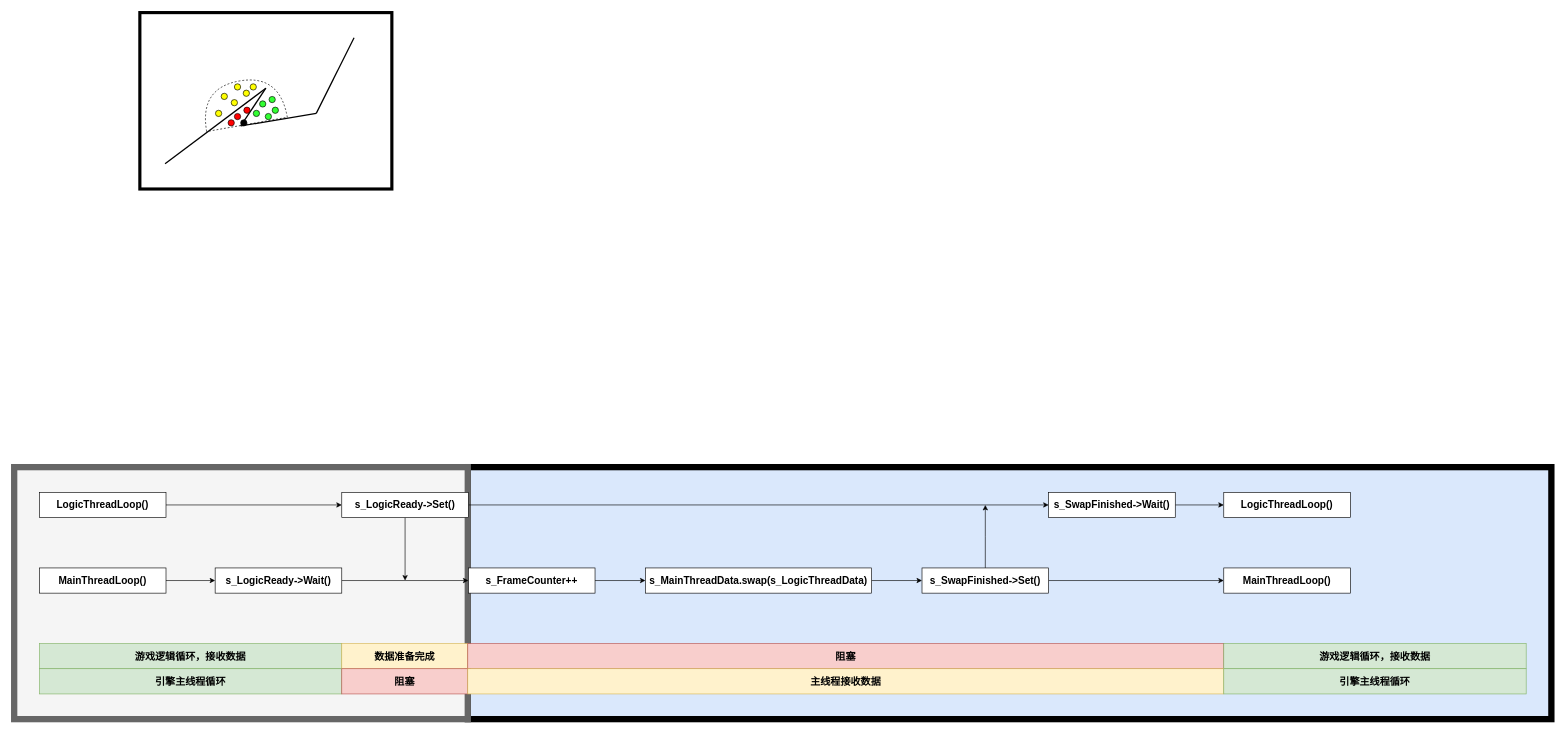
The draw.io diagram page "多线程运行时结构" (1 of 3) of draw.drawio in HL0817/TechnologySet, before the edit. Source tidied: cells renumbered, new cells numbered last; positions are measured from the earlier drawing's top-left corner, leaving out a move shared by most shapes. Both pictures are drawn from the tidied source at 63%, with x=0, y=0 at pixel (14, 12).
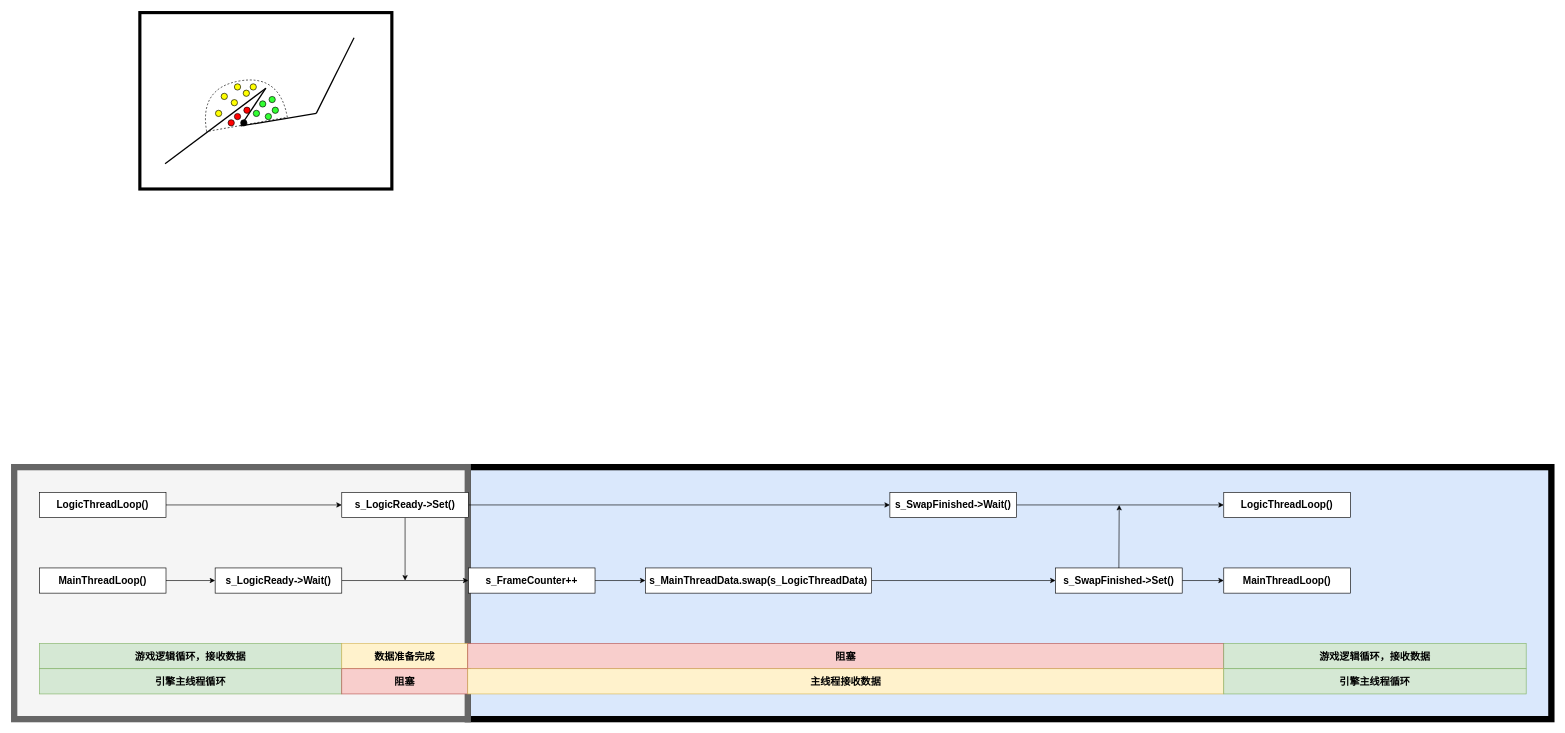
After the change.

Commit message:
修改逻辑线程和主线程同步时序图

Change to the diagram source:
```diff
@@
-    <mxCell id="31" style="edgeStyle=orthogonalEdgeStyle;rounded=0;jettySize=auto;html=1;" parent="1" edge="1" source="33">
-      <mxGeometry relative="1" as="geometry">
-        <mxPoint x="1541.5" y="782" as="targetPoint" />
-      </mxGeometry>
-    </mxCell>
@@
     <mxCell id="33" value="&lt;font style=&quot;font-size: 16px&quot;&gt;&lt;b&gt;s_SwapFinished-&amp;gt;Set()&lt;/b&gt;&lt;/font&gt;" style="rounded=0;whiteSpace=wrap;html=1;" parent="1" vertex="1">
-      <mxGeometry x="1441" y="882" width="201" height="40" as="geometry" />
+      <mxGeometry x="1653" y="882" width="201" height="40" as="geometry" />
     </mxCell>
@@
     <mxCell id="38" value="&lt;font style=&quot;font-size: 16px&quot;&gt;&lt;b&gt;s_SwapFinished-&amp;gt;Wait()&lt;/b&gt;&lt;/font&gt;" style="rounded=0;whiteSpace=wrap;html=1;" parent="1" vertex="1">
-      <mxGeometry x="1642" y="762" width="201" height="40" as="geometry" />
+      <mxGeometry x="1390" y="762" width="201" height="40" as="geometry" />
     </mxCell>
@@
+    <mxCell id="53" style="endArrow=classic;html=1;" parent="1" edge="1">
+      <mxGeometry relative="1" as="geometry">
+        <mxPoint x="1753.5" y="882" as="sourcePoint" />
+        <mxPoint x="1754" y="782" as="targetPoint" />
+      </mxGeometry>
+    </mxCell>
```
